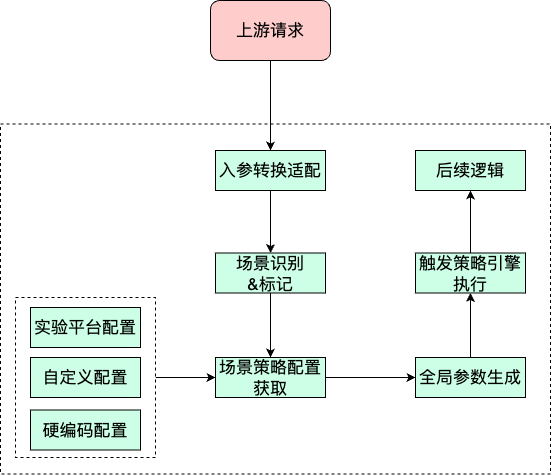
Before: 策略配置方案分析.png, a diagram exported from draw.io (liujunao/draw-data). Source tidied: cells renumbered, new cells last; positions are measured from the earlier drawing's top-left corner, leaving out a move shared by most shapes.
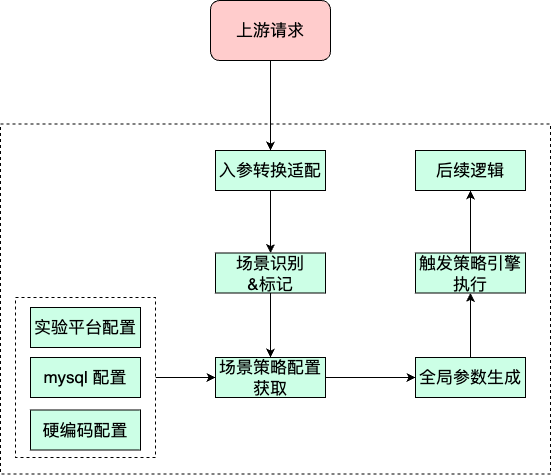
The same diagram one commit later.

Commit message:
更新策略配置方案分析.png

The edit, as a diff of the source:
```diff
@@ -32,7 +32,7 @@
     <mxCell id="11" value="&lt;font size=&quot;3&quot;&gt;硬编码配置&lt;/font&gt;" style="rounded=0;whiteSpace=wrap;html=1;fillColor=#CCFFE6;" parent="1" vertex="1">
       <mxGeometry x="30" y="409.5" width="110" height="40" as="geometry" />
     </mxCell>
-    <mxCell id="12" value="&lt;font size=&quot;3&quot;&gt;自定义配置&lt;/font&gt;" style="rounded=0;whiteSpace=wrap;html=1;fillColor=#CCFFE6;" parent="1" vertex="1">
+    <mxCell id="12" value="&lt;font size=&quot;3&quot;&gt;mysql 配置&lt;/font&gt;" style="rounded=0;whiteSpace=wrap;html=1;fillColor=#CCFFE6;" parent="1" vertex="1">
       <mxGeometry x="30" y="357" width="110" height="40" as="geometry" />
     </mxCell>
     <mxCell id="13" value="&lt;font size=&quot;3&quot;&gt;实验平台配置&lt;/font&gt;" style="rounded=0;whiteSpace=wrap;html=1;fillColor=#CCFFE6;" parent="1" vertex="1">
```
